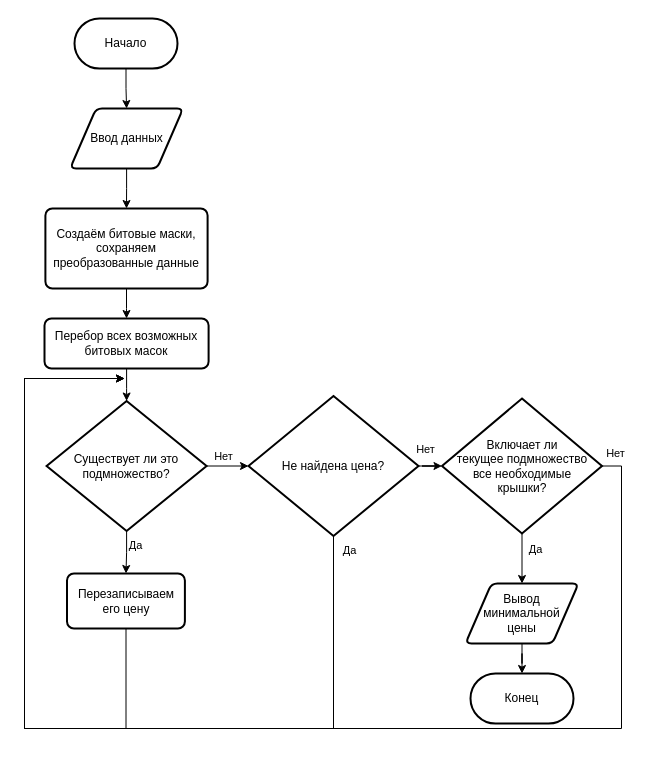
Above: Block diagram.drawio in 1mm0rTaLzzz/course-task-OOP (draw.io), before the change. Source tidied: cells renumbered, new cells numbered last; positions are measured from the earlier drawing's top-left corner, leaving out a move shared by most shapes. Both pictures are drawn from the tidied source at 100%, with x=0, y=0 at pixel (24, 18).
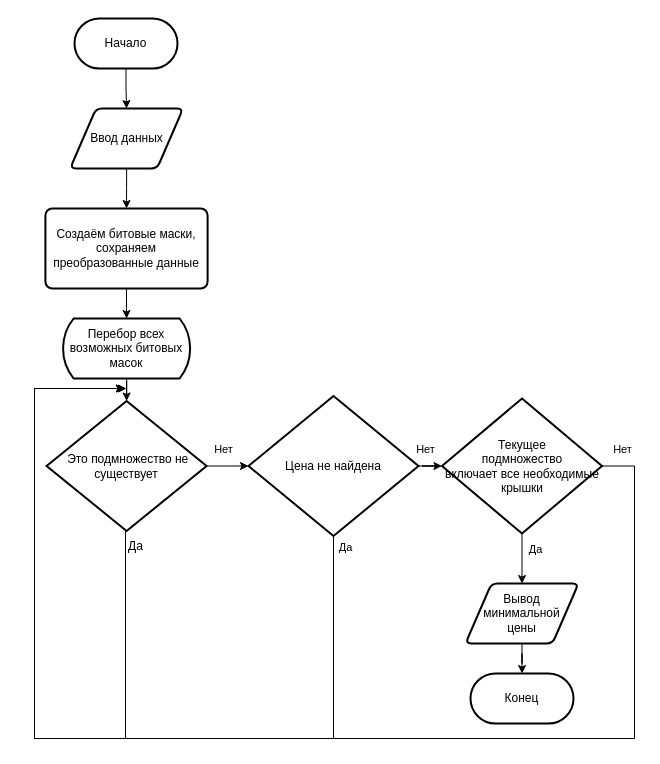
The same diagram, later.

Unchanged cells that the change refers to:
```xml
<mxCell id="5" value="Создаём битовые маски, сохраняем преобразованные данные" style="rounded=1;whiteSpace=wrap;html=1;absoluteArcSize=1;arcSize=14;strokeWidth=2;" parent="1" vertex="1">
  <mxGeometry x="20.9" y="190" width="162.2" height="80" as="geometry" />
</mxCell>
<mxCell id="8" style="edgeStyle=orthogonalEdgeStyle;rounded=0;jettySize=auto;html=1;" parent="1" edge="1" source="12" target="17">
  <mxGeometry relative="1" as="geometry" />
</mxCell>
```

The edit, as a diff of the source:
```diff
@@
-    <mxCell id="4" style="edgeStyle=orthogonalEdgeStyle;rounded=0;jettySize=auto;html=1;entryX=0.5;entryY=0;entryDx=0;entryDy=0;" parent="1" edge="1" source="5" target="7">
+    <mxCell id="4" style="edgeStyle=orthogonalEdgeStyle;rounded=0;jettySize=auto;html=1;" parent="1" edge="1" source="5" target="7">
       <mxGeometry relative="1" as="geometry" />
     </mxCell>
@@
-    <mxCell id="6" style="edgeStyle=orthogonalEdgeStyle;rounded=0;jettySize=auto;html=1;" parent="1" edge="1" source="7" target="12">
-      <mxGeometry relative="1" as="geometry" />
-    </mxCell>
-    <mxCell id="7" value="Перебор всех возможных битовых масок" style="rounded=1;whiteSpace=wrap;html=1;absoluteArcSize=1;arcSize=14;strokeWidth=2;" parent="1" vertex="1">
-      <mxGeometry x="20" y="300" width="164.1" height="50" as="geometry" />
-    </mxCell>
@@
     <mxCell id="9" value="Нет" style="edgeLabel;html=1;align=center;verticalAlign=middle;" parent="8" vertex="1">
       <mxGeometry x="-0.25" y="3" relative="1" as="geometry">
-        <mxPoint y="-7" as="offset" />
+        <mxPoint y="-14" as="offset" />
       </mxGeometry>
     </mxCell>
-    <mxCell id="10" style="edgeStyle=orthogonalEdgeStyle;rounded=0;jettySize=auto;html=1;" parent="1" edge="1" source="12" target="24">
-      <mxGeometry relative="1" as="geometry" />
-    </mxCell>
-    <mxCell id="11" value="Да" style="edgeLabel;html=1;align=center;verticalAlign=middle;" parent="10" vertex="1">
-      <mxGeometry x="-0.35" relative="1" as="geometry">
-        <mxPoint x="8" as="offset" />
-      </mxGeometry>
-    </mxCell>
-    <mxCell id="12" value="Существует ли это подмножество?" style="strokeWidth=2;html=1;shape=mxgraph.flowchart.decision;whiteSpace=wrap;" parent="1" vertex="1">
+    <mxCell id="12" value="&amp;nbsp;Это подмножество не существует" style="strokeWidth=2;html=1;shape=mxgraph.flowchart.decision;whiteSpace=wrap;" parent="1" vertex="1">
       <mxGeometry x="22.1" y="382.5" width="160" height="130" as="geometry" />
     </mxCell>
@@
-    <mxCell id="15" style="edgeStyle=orthogonalEdgeStyle;rounded=0;jettySize=auto;html=1;exitX=0.5;exitY=1;exitDx=0;exitDy=0;exitPerimeter=0;" parent="1" edge="1" source="17">
-      <mxGeometry relative="1" as="geometry">
-        <mxPoint x="100" y="360" as="targetPoint" />
-        <Array as="points">
-          <mxPoint x="309" y="710" />
-          <mxPoint y="710" />
-          <mxPoint y="360" />
-          <mxPoint x="20" y="360" />
-        </Array>
-      </mxGeometry>
-    </mxCell>
-    <mxCell id="16" value="Да" style="edgeLabel;html=1;align=center;verticalAlign=middle;" parent="15" vertex="1">
-      <mxGeometry x="-0.91" y="-4" relative="1" as="geometry">
-        <mxPoint x="19" y="-29" as="offset" />
-      </mxGeometry>
-    </mxCell>
+    <mxCell id="30" style="edgeStyle=orthogonalEdgeStyle;rounded=0;jettySize=auto;html=1;" parent="1" edge="1" source="17">
+      <mxGeometry relative="1" as="geometry">
+        <mxPoint x="100" y="370" as="targetPoint" />
+        <Array as="points">
+          <mxPoint x="309" y="720" />
+          <mxPoint x="10" y="720" />
+          <mxPoint x="10" y="370" />
+        </Array>
+      </mxGeometry>
+    </mxCell>
+    <mxCell id="31" value="Да" style="edgeLabel;html=1;align=center;verticalAlign=middle;" parent="30" vertex="1">
+      <mxGeometry x="-0.95" y="5" relative="1" as="geometry">
+        <mxPoint x="6" y="-13" as="offset" />
+      </mxGeometry>
+    </mxCell>
-    <mxCell id="17" value="Не найдена цена?" style="strokeWidth=2;html=1;shape=mxgraph.flowchart.decision;whiteSpace=wrap;" parent="1" vertex="1">
+    <mxCell id="17" value="Цена не найдена" style="strokeWidth=2;html=1;shape=mxgraph.flowchart.decision;whiteSpace=wrap;" parent="1" vertex="1">
       <mxGeometry x="224" y="377.5" width="170" height="140" as="geometry" />
     </mxCell>
@@
-    <mxCell id="20" style="edgeStyle=orthogonalEdgeStyle;rounded=0;jettySize=auto;html=1;" parent="1" edge="1" source="22">
-      <mxGeometry relative="1" as="geometry">
-        <mxPoint x="100" y="360" as="targetPoint" />
-        <Array as="points">
-          <mxPoint x="597" y="448" />
-          <mxPoint x="597" y="710" />
-          <mxPoint y="710" />
-          <mxPoint y="360" />
-        </Array>
-      </mxGeometry>
-    </mxCell>
+    <mxCell id="32" style="edgeStyle=orthogonalEdgeStyle;rounded=0;jettySize=auto;html=1;" parent="1" edge="1" source="22">
+      <mxGeometry relative="1" as="geometry">
+        <mxPoint x="100" y="370" as="targetPoint" />
+        <Array as="points">
+          <mxPoint x="610" y="448" />
+          <mxPoint x="610" y="720" />
+          <mxPoint x="10" y="720" />
+          <mxPoint x="10" y="370" />
+        </Array>
+      </mxGeometry>
+    </mxCell>
-    <mxCell id="21" value="Нет" style="edgeLabel;html=1;align=center;verticalAlign=middle;" parent="20" vertex="1">
-      <mxGeometry x="-0.94" y="-3" relative="1" as="geometry">
-        <mxPoint x="-4" y="-34" as="offset" />
+    <mxCell id="21" value="Нет" style="edgeLabel;html=1;align=center;verticalAlign=middle;" parent="32" vertex="1">
+      <mxGeometry x="-0.97" y="-2" relative="1" as="geometry">
+        <mxPoint y="-19" as="offset" />
       </mxGeometry>
     </mxCell>
-    <mxCell id="22" value="Включает ли &lt;br&gt;текущее подмножество &lt;br&gt;все необходимые &lt;br&gt;крышки?" style="strokeWidth=2;html=1;shape=mxgraph.flowchart.decision;whiteSpace=wrap;" parent="1" vertex="1">
+    <mxCell id="22" value="Текущее &lt;br&gt;подмножество &lt;br&gt;включает все необходимые &lt;br&gt;крышки" style="strokeWidth=2;html=1;shape=mxgraph.flowchart.decision;whiteSpace=wrap;" parent="1" vertex="1">
       <mxGeometry x="417.5" y="380" width="160" height="135" as="geometry" />
     </mxCell>
-    <mxCell id="23" style="edgeStyle=orthogonalEdgeStyle;rounded=0;jettySize=auto;html=1;" parent="1" edge="1" source="24">
-      <mxGeometry relative="1" as="geometry">
-        <mxPoint x="100" y="360" as="targetPoint" />
-        <Array as="points">
-          <mxPoint x="101" y="710" />
-          <mxPoint y="710" />
-          <mxPoint y="360" />
-        </Array>
-      </mxGeometry>
-    </mxCell>
-    <mxCell id="24" value="Перезаписываем его цену" style="rounded=1;whiteSpace=wrap;html=1;absoluteArcSize=1;arcSize=14;strokeWidth=2;" parent="1" vertex="1">
-      <mxGeometry x="42.5" y="555" width="117.9" height="55" as="geometry" />
-    </mxCell>
+    <mxCell id="33" style="edgeStyle=orthogonalEdgeStyle;rounded=0;jettySize=auto;html=1;exitX=0.5;exitY=1;exitDx=0;exitDy=0;exitPerimeter=0;" parent="1" edge="1" source="12">
+      <mxGeometry relative="1" as="geometry">
+        <mxPoint x="102" y="370" as="targetPoint" />
+        <Array as="points">
+          <mxPoint x="101" y="513" />
+          <mxPoint x="101" y="720" />
+          <mxPoint x="10" y="720" />
+          <mxPoint x="10" y="370" />
+        </Array>
+      </mxGeometry>
+    </mxCell>
+    <mxCell id="34" value="Да" style="edgeLabel;html=1;align=center;verticalAlign=middle;fontSize=12;fontFamily=Helvetica;fontColor=default;" parent="33" vertex="1">
+      <mxGeometry x="-0.94" y="-1" relative="1" as="geometry">
+        <mxPoint x="10" y="-6" as="offset" />
+      </mxGeometry>
+    </mxCell>
@@
+    <mxCell id="6" style="edgeStyle=orthogonalEdgeStyle;rounded=0;jettySize=auto;html=1;" parent="1" edge="1" source="7" target="12">
+      <mxGeometry relative="1" as="geometry" />
+    </mxCell>
+    <mxCell id="7" value="Перебор всех возможных битовых масок" style="html=1;dashed=0;whiteSpace=wrap;shape=mxgraph.dfd.loop;strokeWidth=2;" parent="1" vertex="1">
+      <mxGeometry x="37.1" y="300" width="130" height="60" as="geometry" />
+    </mxCell>
```
